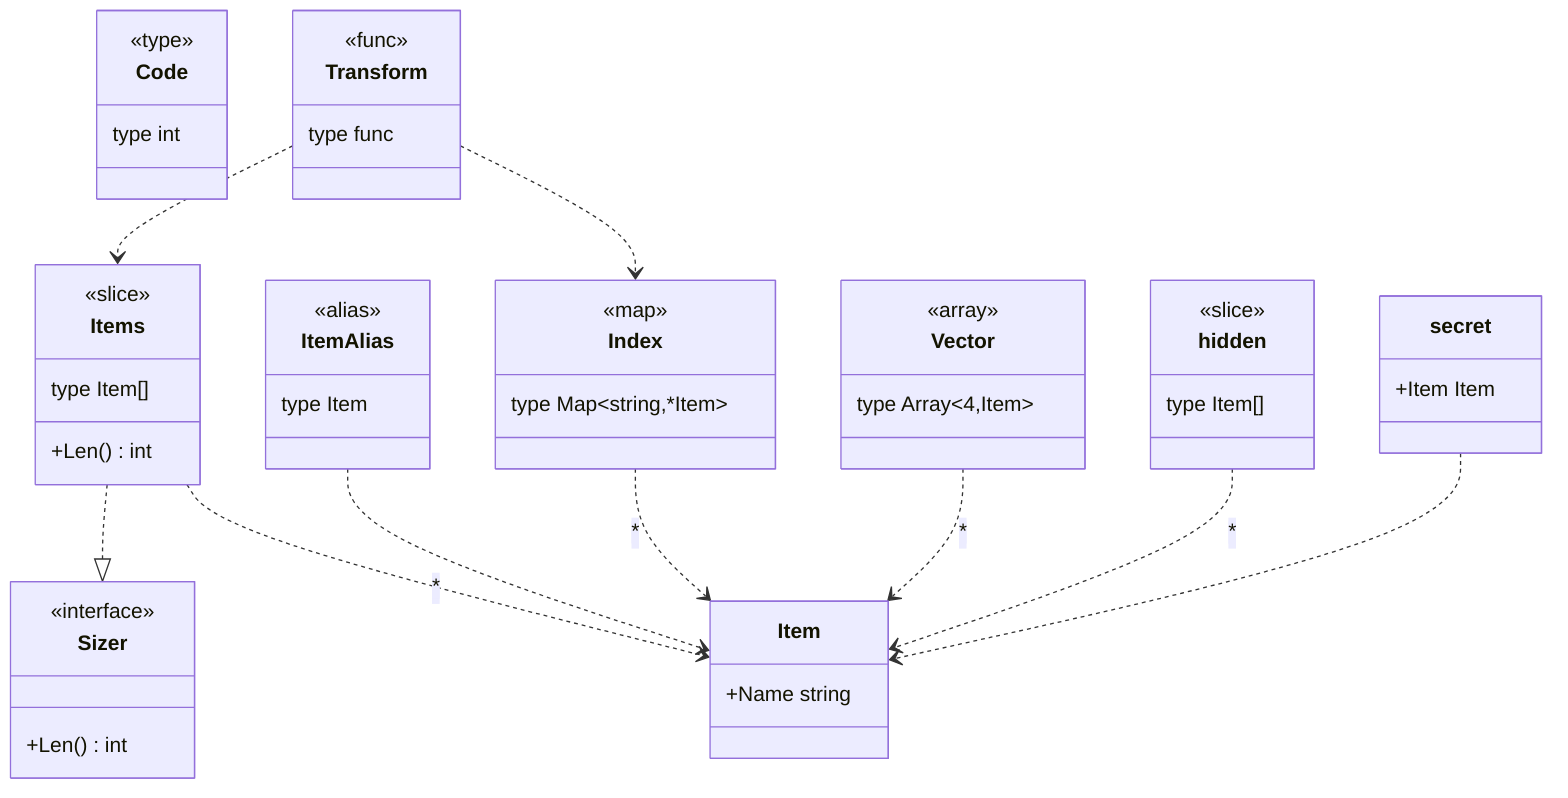
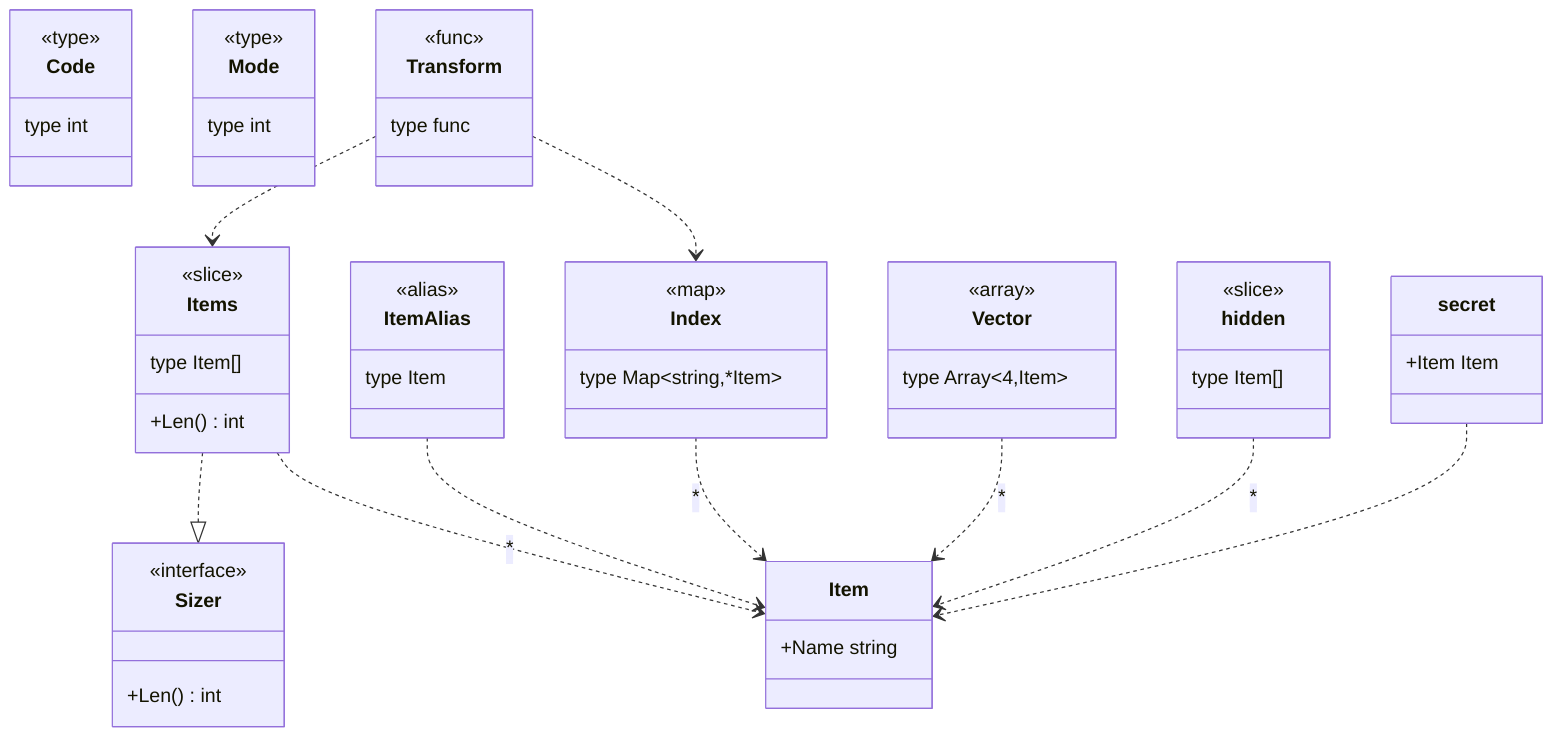
classDiagram
    class Code["Code"] {
        <<type>>
        type int
    }
    class Index["Index"] {
        <<map>>
        type Map~string,*Item~
    }
    class Item["Item"] {
        +Name string
    }
    class ItemAlias["ItemAlias"] {
        <<alias>>
        type Item
    }
    class Items["Items"] {
        <<slice>>
        type Item[]
        +Len() int
+     }
+     class Mode["Mode"] {
+         <<type>>
+         type int
    }
    class Sizer["Sizer"] {
        <<interface>>
        +Len() int
    }
    class Transform["Transform"] {
        <<func>>
        type func
    }
    class Vector["Vector"] {
        <<array>>
        type Array~4,Item~
    }
    class hidden["hidden"] {
        <<slice>>
        type Item[]
    }
    class secret["secret"] {
        +Item Item
    }
    Index ..> Item : *
    ItemAlias ..> Item
    Items ..> Item : *
    Items ..|> Sizer
    Transform ..> Index
    Transform ..> Items
    Vector ..> Item : *
    hidden ..> Item : *
    secret ..> Item
